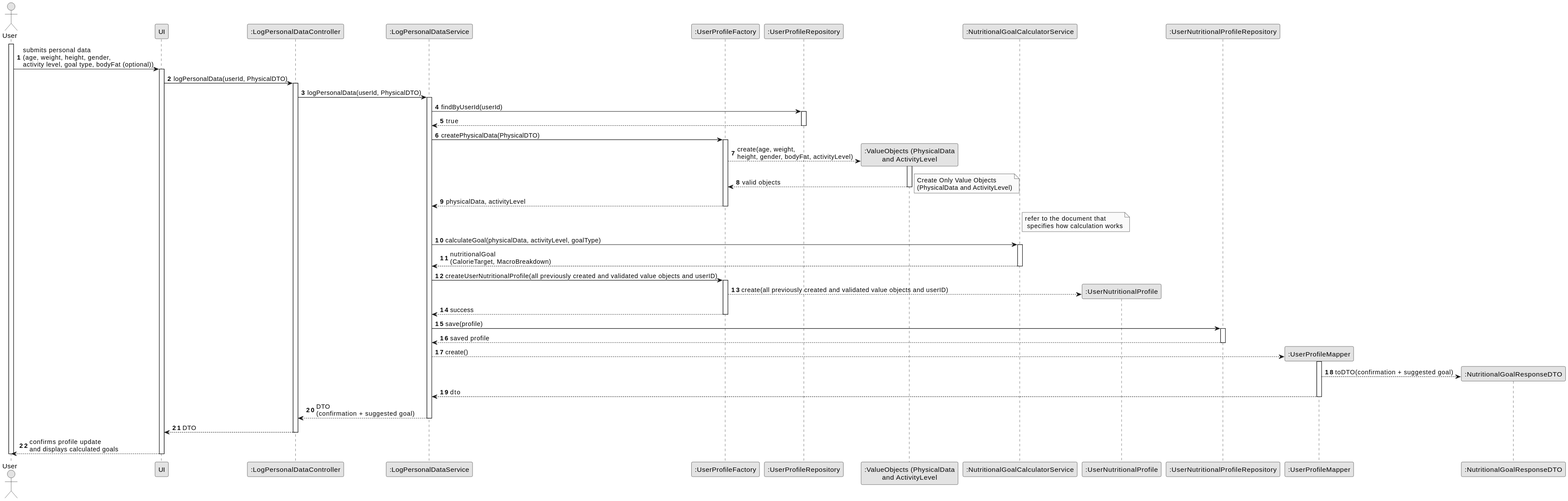
Above: backend/docs/US001/US001_SD.svg in Pedro-P21/FitMaxxer (PlantUML), before the change.
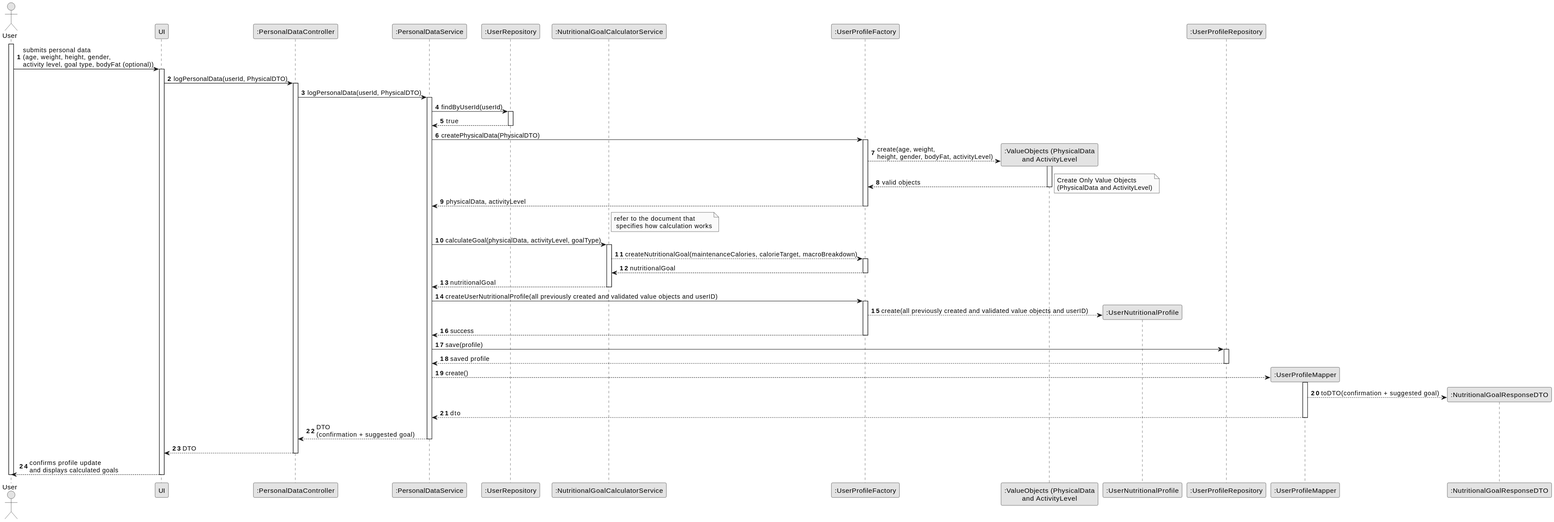
After the change.

Change to the diagram source:
```diff
@@ -6,14 +6,14 @@
 
 actor "User" as Actor
 participant "UI" as UI
-participant ":LogPersonalDataController" as Ctrl
-participant ":LogPersonalDataService" as Svc
+participant ":PersonalDataController" as Ctrl
+participant ":PersonalDataService" as Svc
+participant ":UserRepository" as UserRepo
+participant ":NutritionalGoalCalculatorService" as Calc
 participant ":UserProfileFactory" as Factory
-participant ":UserProfileRepository" as UserRepo
 participant ":ValueObjects (PhysicalData\nand ActivityLevel" as VOs
-participant ":NutritionalGoalCalculatorService" as Calc
 participant ":UserNutritionalProfile" as Profile
-participant ":UserNutritionalProfileRepository" as Repo
+participant ":UserProfileRepository" as Repo
 participant ":UserProfileMapper" as Mapper
 participant ":NutritionalGoalResponseDTO" as dto
 
@@ -48,7 +48,11 @@
 note right of Calc: refer to the document that\n specifies how calculation works
 Svc -> Calc : calculateGoal(physicalData, activityLevel, goalType)
 activate Calc
-Calc --> Svc : nutritionalGoal\n(CalorieTarget, MacroBreakdown)
+Calc --> Factory: createNutritionalGoal(maintenanceCalories, calorieTarget, macroBreakdown)
+activate Factory
+Factory --> Calc: nutritionalGoal
+deactivate Factory
+Calc --> Svc : nutritionalGoal
 deactivate Calc
 
 Svc -> Factory: createUserNutritionalProfile(all previously created and validated value objects and userID)
```
